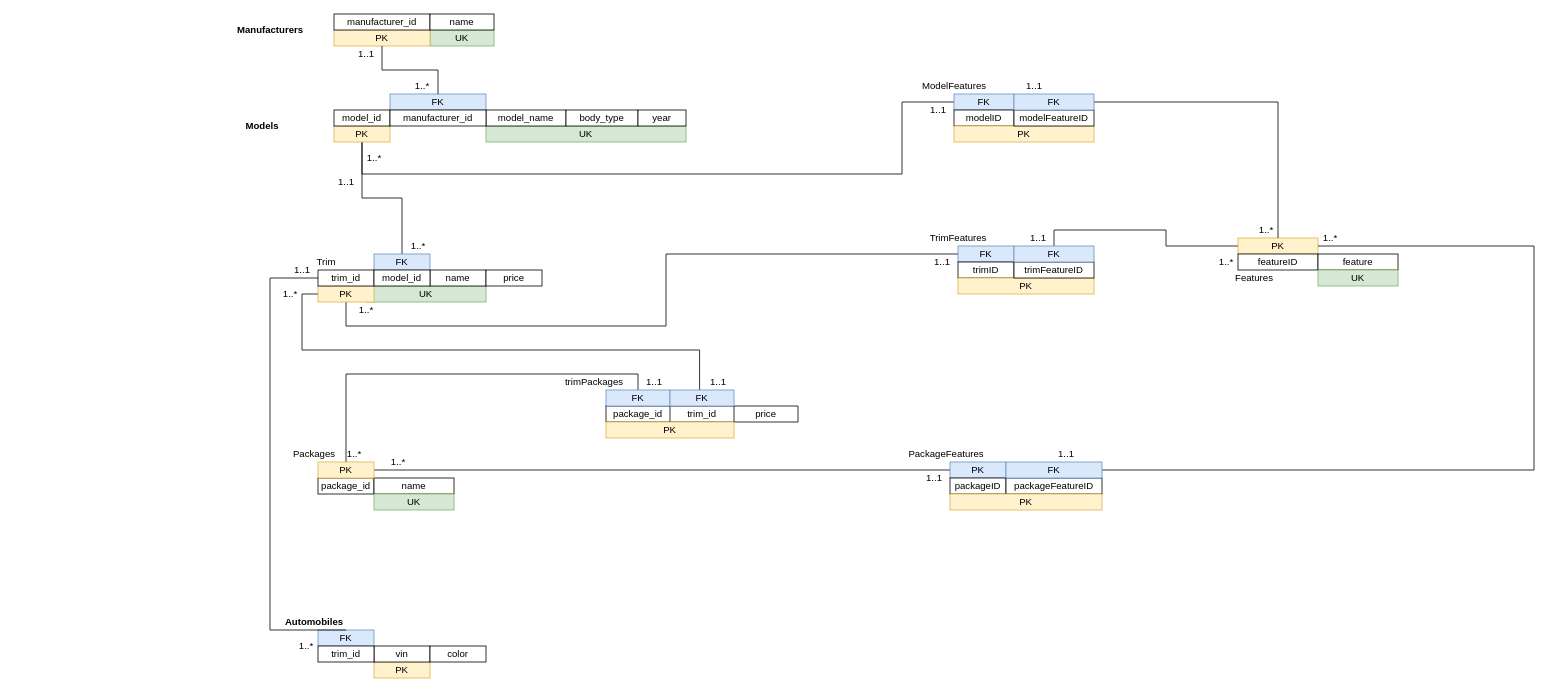
Above: page "Scheme" (2 of 2) of Project 2.drawio in AnthraciteData/CECS-323- (draw.io), before the change. Source tidied: cells renumbered, new cells numbered last; positions are measured from the earlier drawing's top-left corner, leaving out a move shared by most shapes. Both pictures are drawn from the tidied source at 80%, with x=0, y=0 at pixel (230, 14).
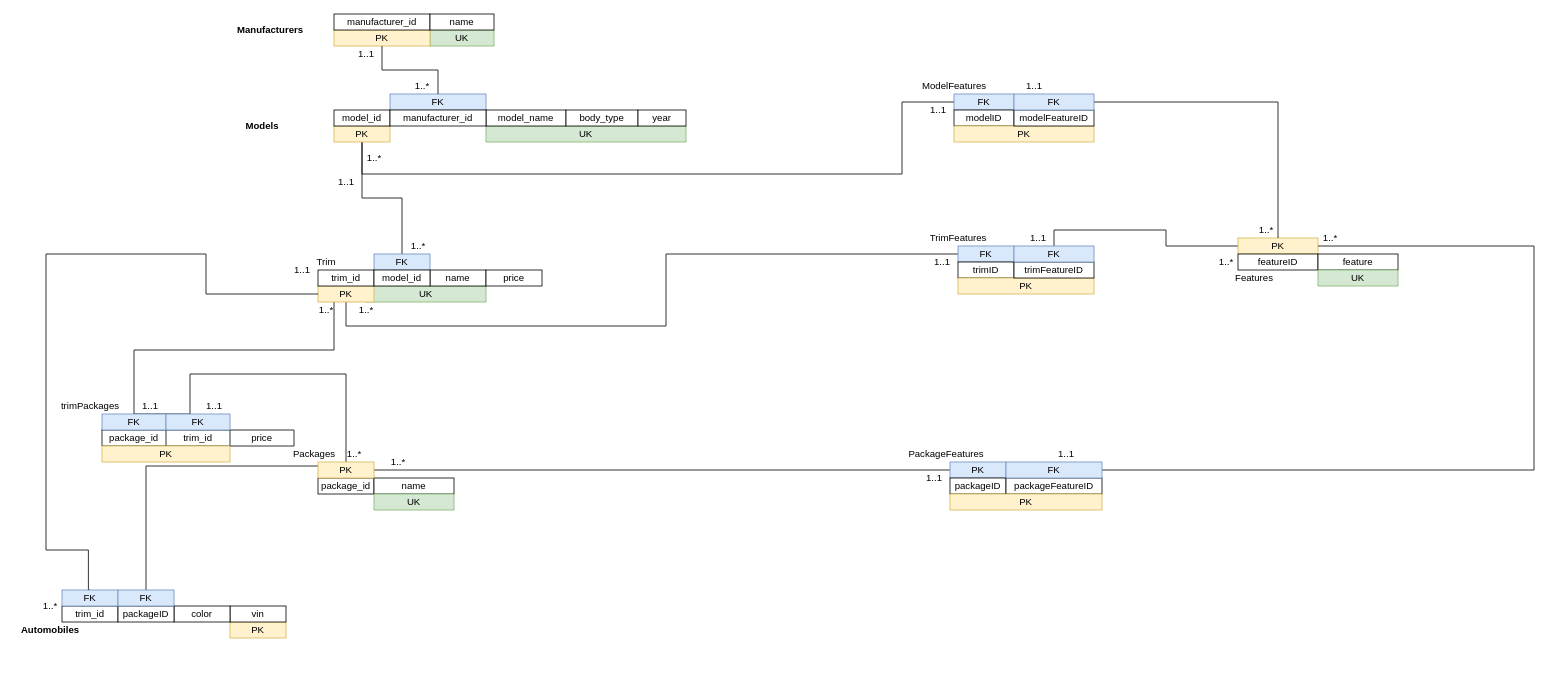
The same page after the edit.

Unchanged cells that the change refers to:
```xml
<mxCell id="36" value="PK" style="whiteSpace=wrap;html=1;fillColor=#fff2cc;strokeColor=#d6b656;" parent="1" vertex="1">
  <mxGeometry x="110" y="340" width="70" height="20" as="geometry" />
</mxCell>
<mxCell id="38" value="trim_id" style="whiteSpace=wrap;html=1;" parent="1" vertex="1">
  <mxGeometry x="110" y="320" width="70" height="20" as="geometry" />
</mxCell>
<mxCell id="43" value="PK" style="whiteSpace=wrap;html=1;fillColor=#fff2cc;strokeColor=#d6b656;" parent="1" vertex="1">
  <mxGeometry x="110" y="560" width="70" height="20" as="geometry" />
</mxCell>
```

Change to the diagram source:
```diff
@@
     <mxCell id="3" value="PK" style="whiteSpace=wrap;html=1;fillColor=#fff2cc;strokeColor=#d6b656;" parent="1" vertex="1">
-      <mxGeometry x="180" y="810" width="70" height="20" as="geometry" />
+      <mxGeometry y="760" width="70" height="20" as="geometry" />
     </mxCell>
     <mxCell id="4" value="vin" style="whiteSpace=wrap;html=1;" parent="1" vertex="1">
-      <mxGeometry x="180" y="790" width="70" height="20" as="geometry" />
+      <mxGeometry y="740" width="70" height="20" as="geometry" />
     </mxCell>
@@
-    <mxCell id="23" value="FK" style="whiteSpace=wrap;html=1;fillColor=#dae8fc;strokeColor=#6c8ebf;" parent="1" vertex="1">
-      <mxGeometry x="110" y="770" width="70" height="20" as="geometry" />
-    </mxCell>
     <mxCell id="24" value="Automobiles" style="text;html=1;align=center;verticalAlign=middle;strokeColor=none;fillColor=none;fontStyle=1;" parent="1" vertex="1">
-      <mxGeometry x="60" y="750" width="90" height="20" as="geometry" />
+      <mxGeometry x="-270" y="760" width="90" height="20" as="geometry" />
     </mxCell>
     <mxCell id="25" value="trim_id" style="whiteSpace=wrap;html=1;" parent="1" vertex="1">
-      <mxGeometry x="110" y="790" width="70" height="20" as="geometry" />
+      <mxGeometry x="-210" y="740" width="70" height="20" as="geometry" />
     </mxCell>
@@
     <mxCell id="27" value="color" style="whiteSpace=wrap;html=1;" parent="1" vertex="1">
-      <mxGeometry x="250" y="790" width="70" height="20" as="geometry" />
+      <mxGeometry x="-70" y="740" width="70" height="20" as="geometry" />
     </mxCell>
@@
+    <mxCell id="100" style="edgeStyle=orthogonalEdgeStyle;rounded=0;jettySize=auto;html=1;exitX=0;exitY=0.25;exitDx=0;exitDy=0;entryX=0.5;entryY=0;entryDx=0;entryDy=0;endArrow=none;endFill=0;" parent="1" edge="1" source="43" target="104">
+      <mxGeometry relative="1" as="geometry" />
+    </mxCell>
@@
     <mxCell id="35" style="edgeStyle=orthogonalEdgeStyle;rounded=0;jettySize=auto;html=1;entryX=-0.075;entryY=1.236;entryDx=0;entryDy=0;entryPerimeter=0;endArrow=none;endFill=0;" parent="1" edge="1" source="36" target="63">
       <mxGeometry relative="1" as="geometry">
         <Array as="points">
-          <mxPoint x="90" y="350" />
-          <mxPoint x="90" y="420" />
-          <mxPoint x="587" y="420" />
+          <mxPoint x="130" y="420" />
+          <mxPoint x="-120" y="420" />
+          <mxPoint x="-120" y="505" />
         </Array>
       </mxGeometry>
     </mxCell>
@@
-    <mxCell id="37" style="edgeStyle=orthogonalEdgeStyle;rounded=0;jettySize=auto;html=1;entryX=0.5;entryY=0;entryDx=0;entryDy=0;endArrow=none;endFill=0;" parent="1" edge="1" source="38" target="23">
-      <mxGeometry relative="1" as="geometry">
-        <Array as="points">
-          <mxPoint x="50" y="330" />
-          <mxPoint x="50" y="770" />
-        </Array>
-      </mxGeometry>
-    </mxCell>
+    <mxCell id="101" style="edgeStyle=orthogonalEdgeStyle;rounded=0;jettySize=auto;html=1;exitX=0;exitY=0.5;exitDx=0;exitDy=0;endArrow=none;endFill=0;entryX=0.5;entryY=0;entryDx=0;entryDy=0;" parent="1" edge="1" source="36" target="103">
+      <mxGeometry relative="1" as="geometry">
+        <Array as="points">
+          <mxPoint x="-30" y="350" />
+          <mxPoint x="-30" y="300" />
+          <mxPoint x="-230" y="300" />
+          <mxPoint x="-230" y="670" />
+          <mxPoint x="-177" y="670" />
+          <mxPoint x="-177" y="720" />
+        </Array>
+      </mxGeometry>
+    </mxCell>
@@
     <mxCell id="41" style="edgeStyle=orthogonalEdgeStyle;rounded=0;jettySize=auto;html=1;entryX=0.5;entryY=0;entryDx=0;entryDy=0;endArrow=none;endFill=0;" parent="1" edge="1" source="43" target="50">
       <mxGeometry relative="1" as="geometry">
         <Array as="points">
           <mxPoint x="145" y="450" />
-          <mxPoint x="510" y="450" />
+          <mxPoint x="-50" y="450" />
+          <mxPoint x="-50" y="500" />
         </Array>
       </mxGeometry>
     </mxCell>
@@
     <mxCell id="44" style="shape=table;html=1;whiteSpace=wrap;startSize=0;childLayout=tableLayout;" parent="1" vertex="1">
-      <mxGeometry x="470" y="490" width="240" height="20" as="geometry" />
+      <mxGeometry x="-160" y="520" width="240" height="20" as="geometry" />
     </mxCell>
@@
     <mxCell id="49" value="PK" style="whiteSpace=wrap;html=1;fillColor=#fff2cc;strokeColor=#d6b656;" parent="1" vertex="1">
-      <mxGeometry x="470" y="510" width="160" height="20" as="geometry" />
+      <mxGeometry x="-160" y="540" width="160" height="20" as="geometry" />
     </mxCell>
     <mxCell id="50" value="FK" style="whiteSpace=wrap;html=1;fillColor=#dae8fc;strokeColor=#6c8ebf;" parent="1" vertex="1">
-      <mxGeometry x="470" y="470" width="80" height="20" as="geometry" />
+      <mxGeometry x="-160" y="500" width="80" height="20" as="geometry" />
     </mxCell>
@@
     <mxCell id="52" value="FK" style="whiteSpace=wrap;html=1;fillColor=#dae8fc;strokeColor=#6c8ebf;" parent="1" vertex="1">
-      <mxGeometry x="550" y="470" width="80" height="20" as="geometry" />
+      <mxGeometry x="-80" y="500" width="80" height="20" as="geometry" />
     </mxCell>
@@
     <mxCell id="54" value="1..*" style="text;html=1;align=center;verticalAlign=middle;strokeColor=none;fillColor=none;" parent="1" vertex="1">
-      <mxGeometry x="80" y="780" width="30" height="20" as="geometry" />
+      <mxGeometry x="-240" y="730" width="30" height="20" as="geometry" />
     </mxCell>
@@
     <mxCell id="58" value="1..*" style="text;html=1;align=center;verticalAlign=middle;strokeColor=none;fillColor=none;" parent="1" vertex="1">
-      <mxGeometry x="60" y="340" width="30" height="20" as="geometry" />
+      <mxGeometry x="105" y="360" width="30" height="20" as="geometry" />
     </mxCell>
@@
     <mxCell id="60" value="trimPackages" style="text;html=1;align=center;verticalAlign=middle;strokeColor=none;fillColor=none;" parent="1" vertex="1">
-      <mxGeometry x="410" y="450" width="90" height="20" as="geometry" />
+      <mxGeometry x="-220" y="480" width="90" height="20" as="geometry" />
     </mxCell>
@@
     <mxCell id="62" value="1..1" style="text;html=1;align=center;verticalAlign=middle;strokeColor=none;fillColor=none;" parent="1" vertex="1">
-      <mxGeometry x="510" y="450" width="40" height="20" as="geometry" />
+      <mxGeometry x="-120" y="480" width="40" height="20" as="geometry" />
     </mxCell>
     <mxCell id="63" value="1..1" style="text;html=1;align=center;verticalAlign=middle;points=[];strokeColor=none;fillColor=none;" parent="1" vertex="1">
-      <mxGeometry x="590" y="450" width="40" height="20" as="geometry" />
+      <mxGeometry x="-40" y="480" width="40" height="20" as="geometry" />
     </mxCell>
@@
+    <mxCell id="102" value="packageID" style="whiteSpace=wrap;html=1;" parent="1" vertex="1">
+      <mxGeometry x="-140" y="740" width="70" height="20" as="geometry" />
+    </mxCell>
+    <mxCell id="103" value="FK" style="whiteSpace=wrap;html=1;fillColor=#dae8fc;strokeColor=#6c8ebf;" parent="1" vertex="1">
+      <mxGeometry x="-210" y="720" width="70" height="20" as="geometry" />
+    </mxCell>
+    <mxCell id="104" value="FK" style="whiteSpace=wrap;html=1;fillColor=#dae8fc;strokeColor=#6c8ebf;" parent="1" vertex="1">
+      <mxGeometry x="-140" y="720" width="70" height="20" as="geometry" />
+    </mxCell>
```
